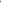
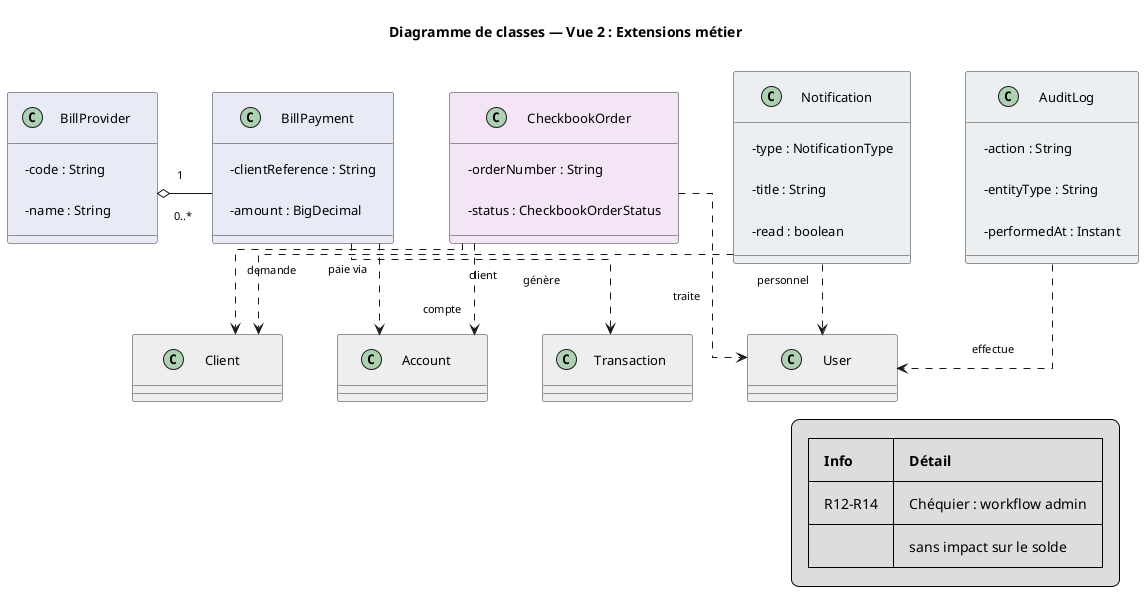
@startuml diagramme-classes-extensions
top to bottom direction
- scale 2 width
+ 
skinparam shadowing false
skinparam classAttributeIconSize 0
- skinparam nodesep 100
- skinparam ranksep 110
- skinparam linetype polyline
+ skinparam nodesep 55
+ skinparam ranksep 70
skinparam defaultFontSize 13
+ skinparam classFontSize 13
skinparam ArrowFontSize 11
- skinparam Padding 16
+ skinparam linetype ortho
+ skinparam Padding 12
+ skinparam minClassWidth 150

- title Diagramme de classes — extensions métier et traçabilité
+ title Diagramme de classes — Vue 2 : Extensions métier

- class BillProvider {
+ skinparam class {
+   BackgroundColor #FAFAFA
+   BorderColor #333333
+ }
+ 
+ ' Ligne 1 — extensions
+ class BillProvider #E8EAF6 {
  - code : String
  - name : String
}

- class BillPayment {
+ class BillPayment #E8EAF6 {
  - clientReference : String
  - amount : BigDecimal
}

- class CheckbookOrder {
+ class CheckbookOrder #F3E5F5 {
  - orderNumber : String
  - status : CheckbookOrderStatus
-   - sheetCount : CheckbookSheetCount
}

- class Notification {
+ class Notification #ECEFF1 {
  - type : NotificationType
  - title : String
  - read : boolean
}

- class AuditLog {
+ class AuditLog #ECEFF1 {
  - action : String
  - entityType : String
  - performedAt : Instant
}

- class "<<entité liée>>\nAccount" as AccountRef
- class "<<entité liée>>\nClient" as ClientRef
- class "<<entité liée>>\nUser" as UserRef
- class "<<entité liée>>\nTransaction" as TransactionRef
+ ' Ligne 2 — références noyau
+ class "Client" as ClientRef #EEEEEE
+ class "Account" as AccountRef #EEEEEE
+ class "Transaction" as TransactionRef #EEEEEE
+ class "User" as UserRef #EEEEEE

BillProvider -[hidden]right- BillPayment
BillPayment -[hidden]right- CheckbookOrder
CheckbookOrder -[hidden]right- Notification
Notification -[hidden]right- AuditLog

- BillProvider -[hidden]down- AccountRef
- BillPayment -[hidden]down- TransactionRef
- CheckbookOrder -[hidden]down- ClientRef
- Notification -[hidden]down- UserRef
+ ClientRef -[hidden]right- AccountRef
+ AccountRef -[hidden]right- TransactionRef
+ TransactionRef -[hidden]right- UserRef

- AccountRef "1" o-- "0..*" BillPayment : paie via
+ BillPayment -[hidden]down- AccountRef
+ 
BillProvider "1" o-- "0..*" BillPayment
- BillPayment "1" --> "1" TransactionRef : génère

- ClientRef "1" o-- "0..*" CheckbookOrder : demande
- AccountRef "1" o-- "0..*" CheckbookOrder : commande
- UserRef "1" o-- "0..*" CheckbookOrder : traite
+ BillPayment ..> AccountRef : paie via
+ BillPayment ..> TransactionRef : génère
+ CheckbookOrder ..> ClientRef : demande
+ CheckbookOrder ..> AccountRef : compte
+ CheckbookOrder ..> UserRef : traite
+ Notification ..> ClientRef : client
+ Notification ..> UserRef : personnel
+ AuditLog ..> UserRef : effectue

- ClientRef "1" o-- "0..*" Notification : reçoit
- UserRef "1" o-- "0..*" Notification : reçoit
- 
- UserRef "1" o-- "0..*" AuditLog : effectue
- 
- note bottom of CheckbookOrder
-   **R12–R14** : une seule commande PENDING
-   par compte ; pas d'impact sur le solde.
- end note
+ legend right
+   |= Info |= Détail |
+   | R12–R14 | Chéquier : workflow admin |
+   | | sans impact sur le solde |
+ endlegend

@enduml
